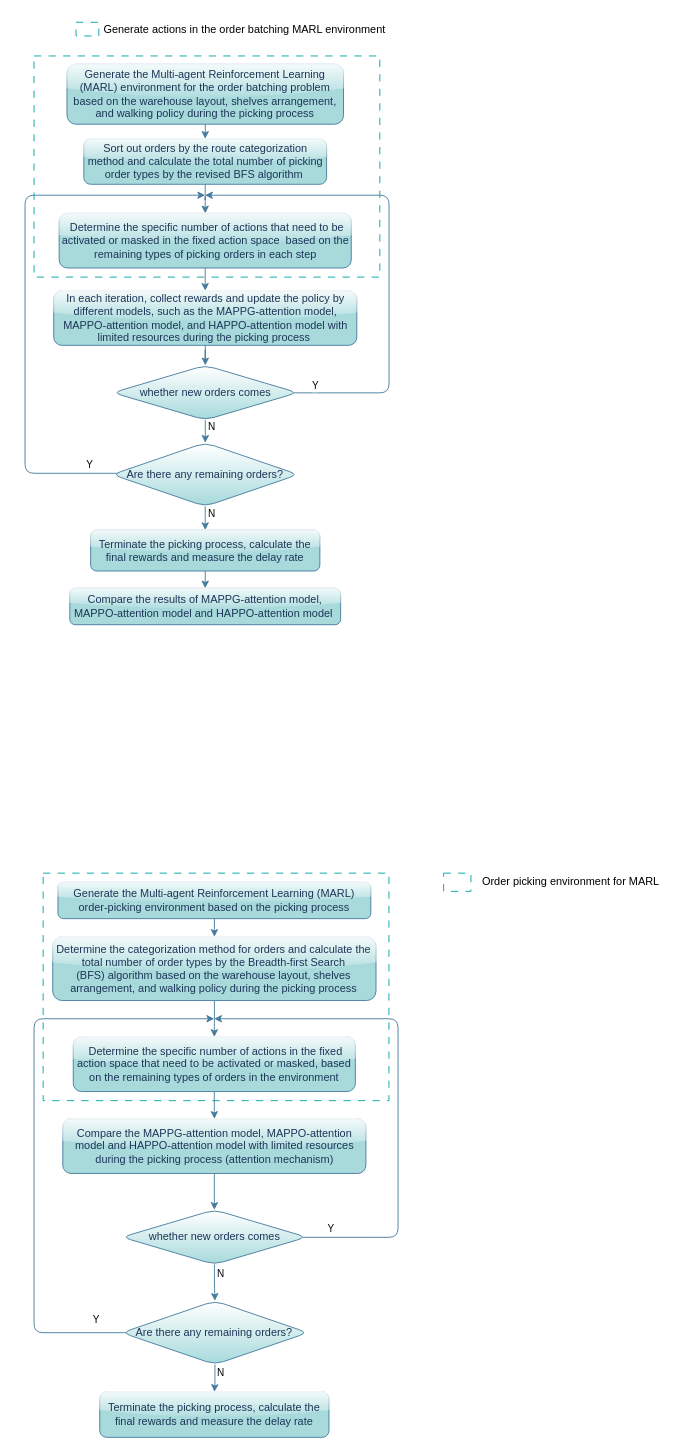
xfl11/xfliu keeps this draw.io diagram as 未命名绘图.drawio. Above is the earlier version. Source tidied: cells renumbered, new cells numbered last; positions are measured from the earlier drawing's top-left corner, leaving out a move shared by most shapes. Both pictures are drawn from the tidied source at 91%, with x=0, y=0 at pixel (25, 15).
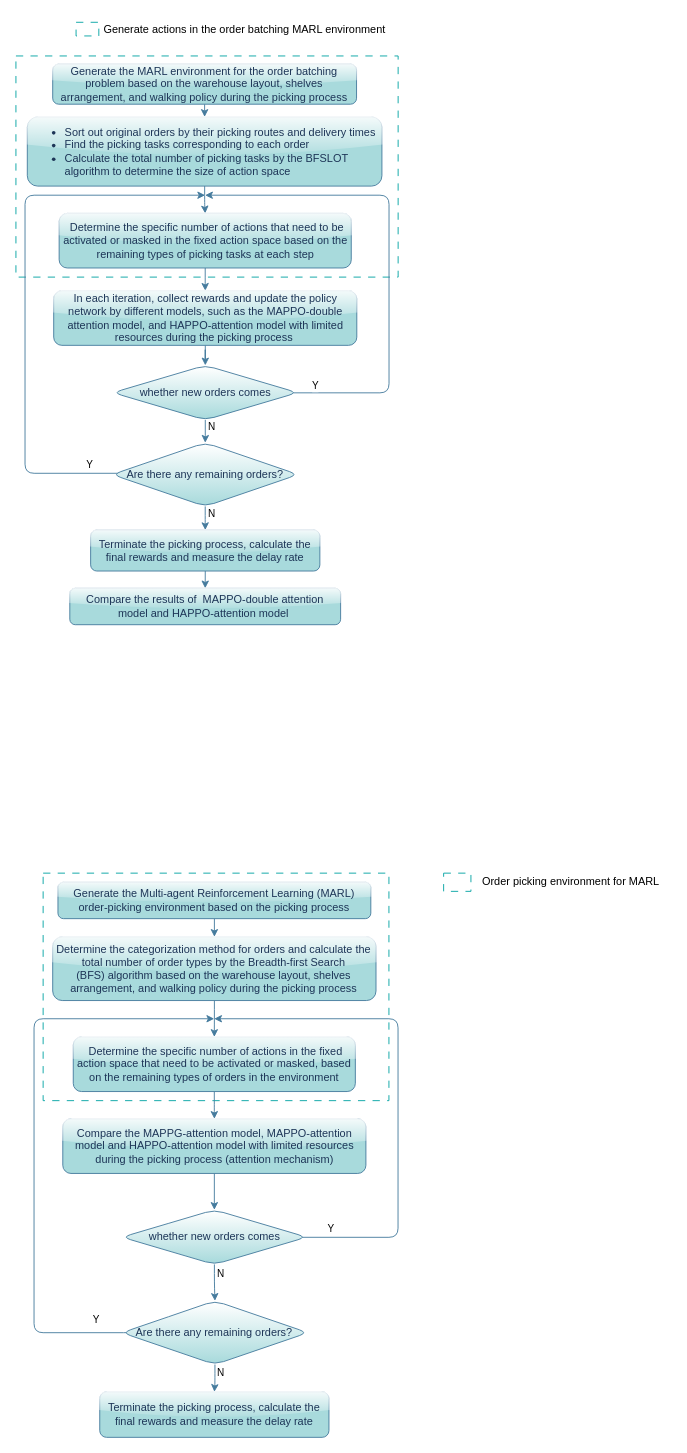
After the change.

Commit message:
更新未命名绘图.drawio

What changed in the source:
```diff
@@
     <mxCell id="2" style="rounded=0;whiteSpace=wrap;html=1;dashed=1;dashPattern=8 8;strokeColor=#00a3a3;strokeWidth=1;fillColor=none;" parent="1" vertex="1">
-      <mxGeometry x="9.9" y="45" width="380" height="243" as="geometry" />
+      <mxGeometry x="-10" y="45" width="420" height="243" as="geometry" />
     </mxCell>
@@
-    <mxCell id="4" value="Sort out orders by the route categorization method and calculate the total number of picking order types by the revised BFS algorithm&amp;nbsp;" style="rounded=1;whiteSpace=wrap;html=1;fillColor=#A8DADC;strokeColor=#457B9D;labelBackgroundColor=none;fontColor=#1D3557;glass=1;" parent="1" vertex="1">
-      <mxGeometry x="64.6" y="136" width="266.8" height="50" as="geometry" />
+    <mxCell id="4" value="&lt;ul&gt;&lt;li style=&quot;text-align: left;&quot;&gt;Sort out original orders by their picking routes and delivery times&lt;/li&gt;&lt;li style=&quot;text-align: left;&quot;&gt;Find the picking tasks&amp;nbsp;&lt;span style=&quot;background-color: initial;&quot;&gt;corresponding to each order&lt;/span&gt;&lt;span style=&quot;background-color: initial;&quot;&gt;&amp;nbsp;&lt;/span&gt;&lt;/li&gt;&lt;li style=&quot;text-align: left;&quot;&gt;&lt;span style=&quot;background-color: initial;&quot;&gt;Calculate the total number of picking tasks by the BFSLOT&amp;nbsp; algorithm to determine the size of action space&lt;br&gt;&lt;/span&gt;&lt;/li&gt;&lt;/ul&gt;" style="rounded=1;whiteSpace=wrap;html=1;fillColor=#A8DADC;strokeColor=#457B9D;labelBackgroundColor=none;fontColor=#1D3557;glass=1;" parent="1" vertex="1">
+      <mxGeometry x="2.5" y="112" width="389.7" height="76" as="geometry" />
     </mxCell>
@@
-    <mxCell id="6" value="&amp;nbsp;Determine the specific number of actions that need to be activated or masked in the fixed action space&amp;nbsp; based on the remaining types of picking orders in each step" style="rounded=1;whiteSpace=wrap;html=1;labelBackgroundColor=none;fillColor=#A8DADC;strokeColor=#457B9D;fontColor=#1D3557;glass=1;" parent="1" vertex="1">
+    <mxCell id="6" value="&amp;nbsp;Determine the specific number of actions that need to be activated or masked in the fixed action space based on the remaining types of picking tasks at each step" style="rounded=1;whiteSpace=wrap;html=1;labelBackgroundColor=none;fillColor=#A8DADC;strokeColor=#457B9D;fontColor=#1D3557;glass=1;" parent="1" vertex="1">
       <mxGeometry x="37.5" y="218" width="321" height="60" as="geometry" />
     </mxCell>
@@
-    <mxCell id="8" value="In each iteration, collect rewards and update the policy by different models, such as the MAPPG-attention model, MAPPO-attention model, and HAPPO-attention model with limited resources during the picking process&amp;nbsp;" style="rounded=1;whiteSpace=wrap;html=1;labelBackgroundColor=none;fillColor=#A8DADC;strokeColor=#457B9D;fontColor=#1D3557;glass=1;" parent="1" vertex="1">
+    <mxCell id="8" value="In each iteration, collect rewards and update the policy network by different models, such as the MAPPO-double attention model, and HAPPO-attention model with limited resources during the picking process&amp;nbsp;" style="rounded=1;whiteSpace=wrap;html=1;labelBackgroundColor=none;fillColor=#A8DADC;strokeColor=#457B9D;fontColor=#1D3557;glass=1;" parent="1" vertex="1">
       <mxGeometry x="31.5" y="303" width="333.1" height="60" as="geometry" />
     </mxCell>
@@
-    <mxCell id="22" value="Generate the&amp;nbsp;Multi-agent Reinforcement Learning (MARL) environment for the order batching problem based on the warehouse layout, shelves arrangement, and walking policy during the picking process" style="rounded=1;whiteSpace=wrap;html=1;fillColor=#A8DADC;strokeColor=#457B9D;labelBackgroundColor=none;fontColor=#1D3557;glass=1;" parent="1" vertex="1">
-      <mxGeometry x="46.1" y="54" width="303.9" height="66" as="geometry" />
+    <mxCell id="22" value="Generate the MARL environment for the order batching problem based on the warehouse layout, shelves arrangement, and walking policy during the picking process" style="rounded=1;whiteSpace=wrap;html=1;fillColor=#A8DADC;strokeColor=#457B9D;labelBackgroundColor=none;fontColor=#1D3557;glass=1;" parent="1" vertex="1">
+      <mxGeometry x="30.4" y="54" width="333.9" height="44" as="geometry" />
     </mxCell>
@@
-    <mxCell id="47" value="Compare the results of MAPPG-attention model, MAPPO-attention model and HAPPO-attention model&amp;nbsp;" style="rounded=1;whiteSpace=wrap;html=1;labelBackgroundColor=none;fillColor=#A8DADC;strokeColor=#457B9D;fontColor=#1D3557;glass=1;" parent="1" vertex="1">
+    <mxCell id="47" value="Compare the results of&amp;nbsp; MAPPO-double attention model and HAPPO-attention model&amp;nbsp;" style="rounded=1;whiteSpace=wrap;html=1;labelBackgroundColor=none;fillColor=#A8DADC;strokeColor=#457B9D;fontColor=#1D3557;glass=1;" parent="1" vertex="1">
       <mxGeometry x="49.2" y="630" width="297.6" height="40" as="geometry" />
     </mxCell>
```
